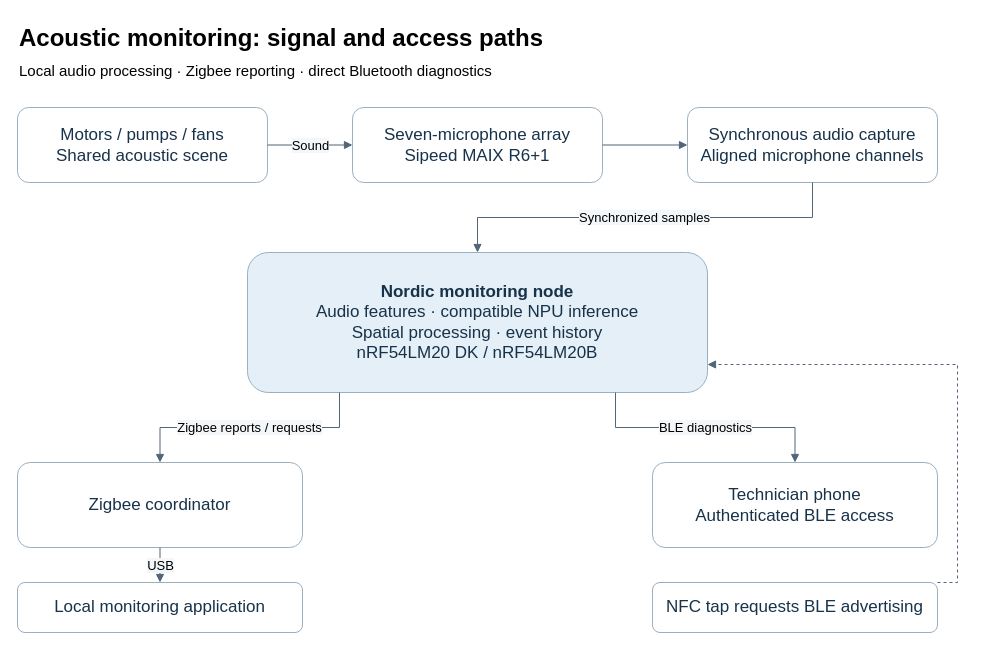
Above: docs/Hackster/assets/system-flow.drawio in Priyanshu0901/SustaintheSystem (draw.io), before the change. Source tidied: cells renumbered, new cells numbered last; positions are measured from the earlier drawing's top-left corner, leaving out a move shared by most shapes. Both pictures are drawn from the tidied source at 100%, with x=0, y=0 at pixel (17, 17).
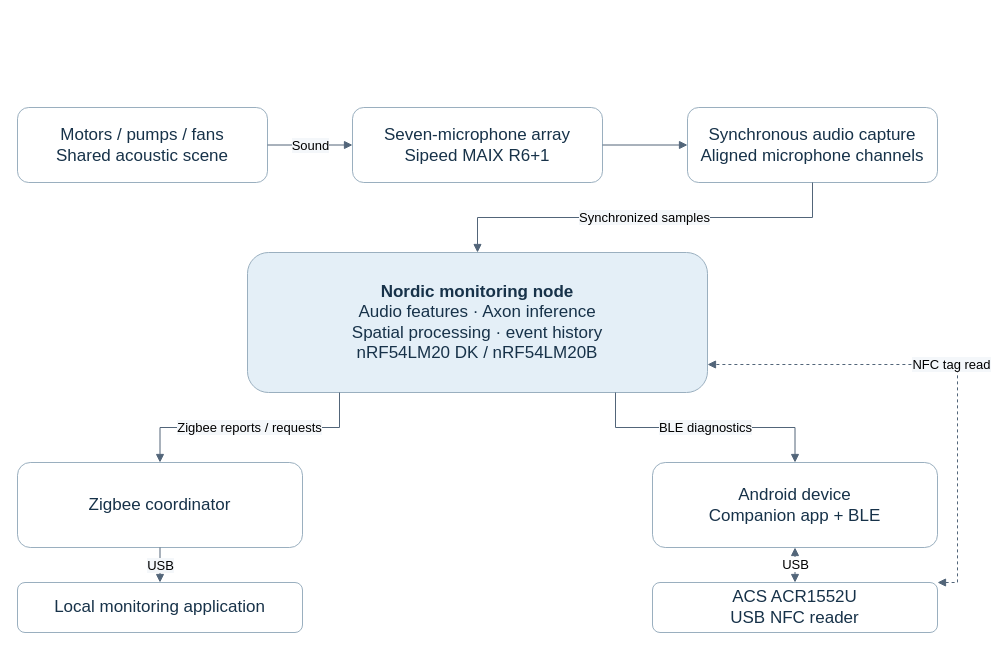
The same diagram, later.

Diff of the diagram source:
```diff
@@
-    <mxCell id="2" value="Acoustic monitoring: signal and access paths" style="text;html=1;fontSize=24;fontStyle=1;align=left;" parent="1" vertex="1">
-      <mxGeometry width="900" height="40" as="geometry" />
-    </mxCell>
-    <mxCell id="3" value="Local audio processing · Zigbee reporting · direct Bluetooth diagnostics" style="text;html=1;fontSize=15;align=left;" parent="1" vertex="1">
-      <mxGeometry y="38" width="900" height="25" as="geometry" />
-    </mxCell>
@@
-    <mxCell id="7" value="&lt;b&gt;Nordic monitoring node&lt;/b&gt;&lt;br&gt;Audio features · compatible NPU inference&lt;br&gt;Spatial processing · event history&lt;br&gt;nRF54LM20 DK / nRF54LM20B" style="rounded=1;whiteSpace=wrap;html=1;fillColor=#e4eff7;strokeColor=#9aafbf;fontColor=#173249;fontSize=17;spacing=8;" parent="1" vertex="1">
+    <mxCell id="7" value="&lt;b&gt;Nordic monitoring node&lt;/b&gt;&lt;br&gt;Audio features · Axon inference&lt;br&gt;Spatial processing · event history&lt;br&gt;nRF54LM20 DK / nRF54LM20B" style="rounded=1;whiteSpace=wrap;html=1;fillColor=#e4eff7;strokeColor=#9aafbf;fontColor=#173249;fontSize=17;spacing=8;" parent="1" vertex="1">
       <mxGeometry x="230" y="235" width="460" height="140" as="geometry" />
     </mxCell>
@@
-    <mxCell id="10" value="Technician phone&lt;br&gt;Authenticated BLE access" style="rounded=1;whiteSpace=wrap;html=1;fillColor=#ffffff;strokeColor=#9aafbf;fontColor=#173249;fontSize=17;spacing=8;" parent="1" vertex="1">
+    <mxCell id="10" value="Android device&lt;br&gt;Companion app + BLE" style="rounded=1;whiteSpace=wrap;html=1;fillColor=#ffffff;strokeColor=#9aafbf;fontColor=#173249;fontSize=17;spacing=8;" parent="1" vertex="1">
       <mxGeometry x="635" y="445" width="285" height="85" as="geometry" />
     </mxCell>
-    <mxCell id="11" value="NFC tap requests BLE advertising" style="rounded=1;whiteSpace=wrap;html=1;fillColor=#ffffff;strokeColor=#9aafbf;fontColor=#173249;fontSize=17;spacing=8;" parent="1" vertex="1">
+    <mxCell id="11" value="ACS ACR1552U&lt;br&gt;USB NFC reader" style="rounded=1;whiteSpace=wrap;html=1;fillColor=#ffffff;strokeColor=#9aafbf;fontColor=#173249;fontSize=17;spacing=8;" parent="1" vertex="1">
       <mxGeometry x="635" y="565" width="285" height="50" as="geometry" />
     </mxCell>
@@
-    <mxCell id="18" style="edgeStyle=orthogonalEdgeStyle;rounded=0;html=1;endArrow=block;strokeColor=#526579;fontSize=13;labelBackgroundColor=#f4f7fa;exitX=1;exitY=0;entryX=1;entryY=0.8;dashed=1;" parent="1" edge="1" source="11" target="7">
+    <mxCell id="18" value="NFC tag read" style="edgeStyle=orthogonalEdgeStyle;rounded=0;html=1;endArrow=block;strokeColor=#526579;fontSize=13;labelBackgroundColor=#f4f7fa;exitX=1;exitY=0;entryX=1;entryY=0.8;dashed=1;startArrow=block;" parent="1" edge="1" source="11" target="7">
       <mxGeometry relative="1" as="geometry">
         <Array as="points">
           <mxPoint x="940" y="565" />
           <mxPoint x="940" y="347" />
         </Array>
       </mxGeometry>
     </mxCell>
+    <mxCell id="19" value="USB" style="edgeStyle=orthogonalEdgeStyle;html=1;endArrow=block;startArrow=block;strokeColor=#526579;fontSize=13;exitX=0.5;exitY=0;entryX=0.5;entryY=1;" parent="1" edge="1" source="11" target="10">
+      <mxGeometry relative="1" as="geometry" />
+    </mxCell>
```
